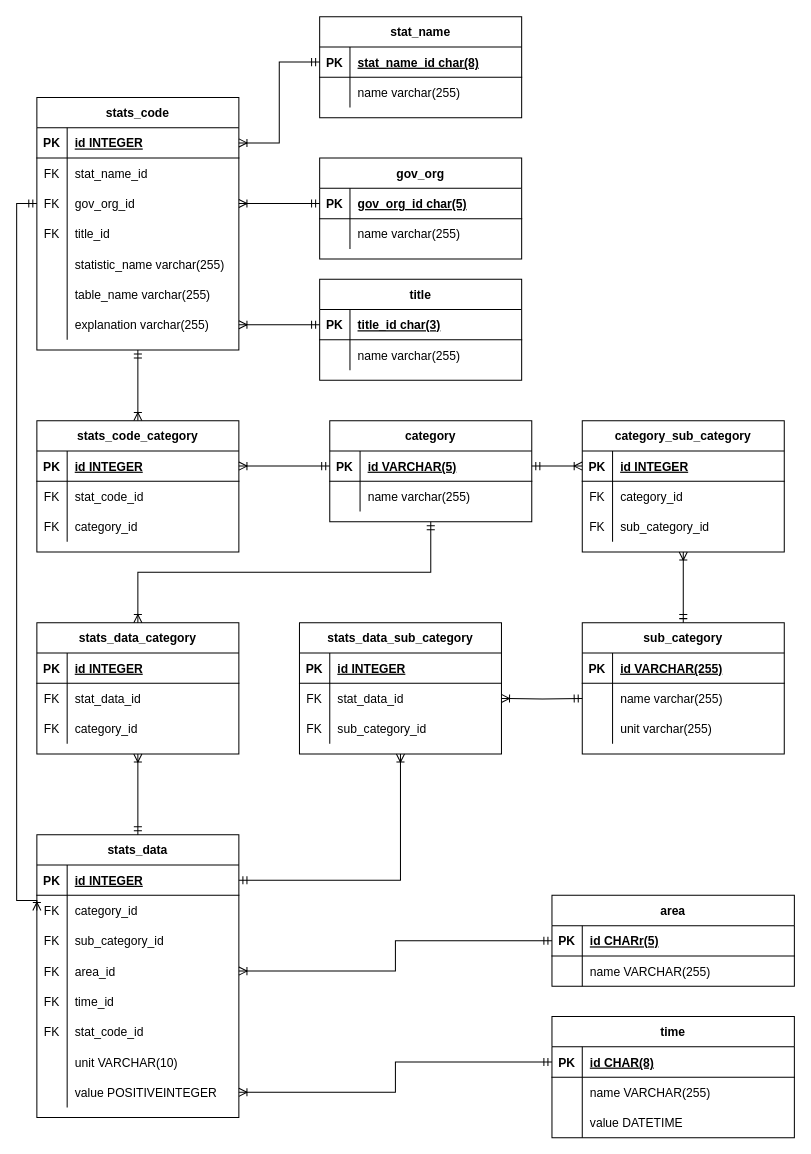
cale-i/random-stat keeps this draw.io diagram as backend/db_er.drawio. Above is the earlier version. Source tidied: cells renumbered, new cells numbered last; positions are measured from the earlier drawing's top-left corner, leaving out a move shared by most shapes. Both pictures are drawn from the tidied source at 101%, with x=0, y=0 at pixel (16, 16).
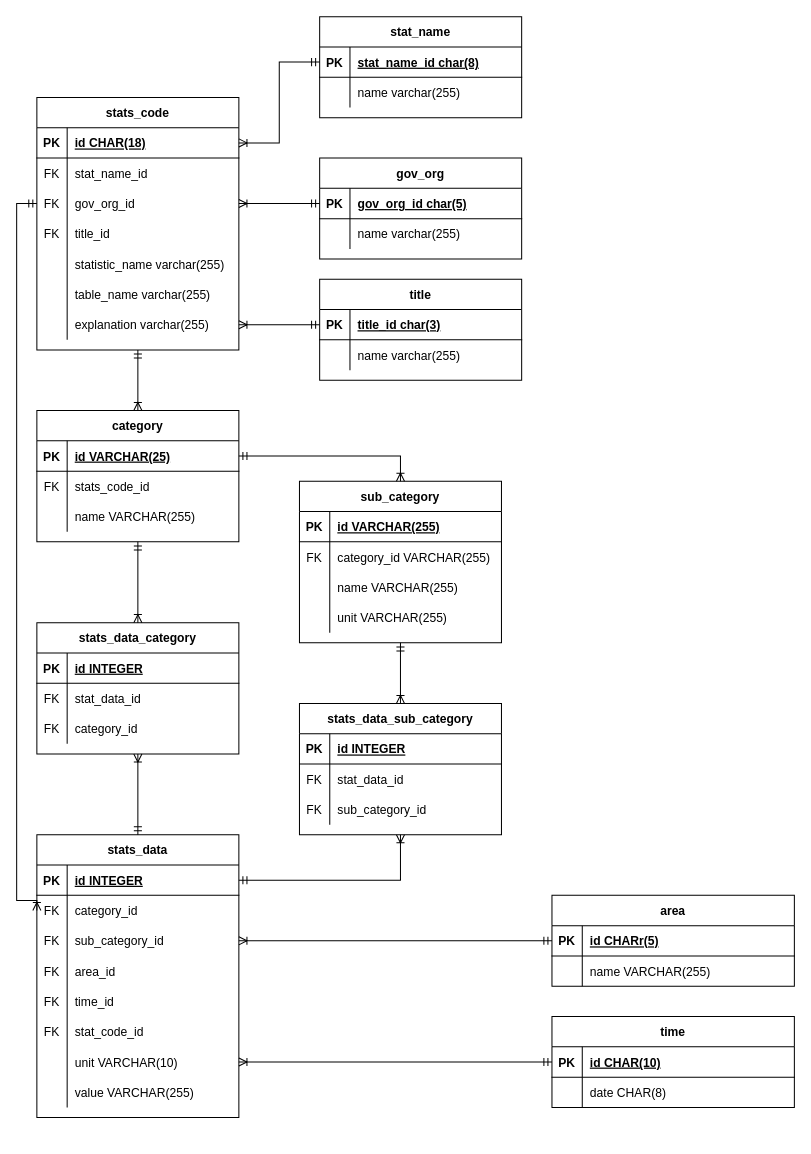
The same diagram, later.

Unchanged cells that the change refers to:
```xml
<mxCell id="23" value="stats_code" style="shape=table;startSize=30;childLayout=tableLayout;rowLines=0;fontStyle=1;align=center;" parent="1" vertex="1">
  <mxGeometry x="20" y="80" width="200" height="250" as="geometry" />
</mxCell>
<mxCell id="24" style="shape=partialRectangle;fillColor=none;top=0;left=0;bottom=1;right=0;points=[[0,0.5],[1,0.5]];portConstraint=eastwest;" parent="23" vertex="1">
  <mxGeometry y="30" width="200" height="30" as="geometry" />
</mxCell>
<mxCell id="52" style="shape=partialRectangle;fillColor=none;top=0;left=0;bottom=0;right=0;points=[[0,0.5],[1,0.5]];portConstraint=eastwest;" parent="45" vertex="1">
  <mxGeometry y="90" width="200" height="30" as="geometry" />
</mxCell>
<mxCell id="55" style="shape=partialRectangle;fillColor=none;top=0;left=0;bottom=0;right=0;points=[[0,0.5],[1,0.5]];portConstraint=eastwest;" parent="45" vertex="1">
  <mxGeometry y="120" width="200" height="30" as="geometry" />
</mxCell>
<mxCell id="64" style="shape=partialRectangle;fillColor=none;top=0;left=0;bottom=0;right=0;points=[[0,0.5],[1,0.5]];portConstraint=eastwest;" parent="45" vertex="1">
  <mxGeometry y="210" width="200" height="30" as="geometry" />
</mxCell>
<mxCell id="67" style="shape=partialRectangle;fillColor=none;top=0;left=0;bottom=0;right=0;points=[[0,0.5],[1,0.5]];portConstraint=eastwest;" parent="45" vertex="1">
  <mxGeometry y="240" width="200" height="30" as="geometry" />
</mxCell>
<mxCell id="71" style="shape=partialRectangle;fillColor=none;top=0;left=0;bottom=1;right=0;points=[[0,0.5],[1,0.5]];portConstraint=eastwest;" parent="70" vertex="1">
  <mxGeometry y="30" width="240" height="30" as="geometry" />
</mxCell>
<mxCell id="78" style="shape=partialRectangle;fillColor=none;top=0;left=0;bottom=1;right=0;points=[[0,0.5],[1,0.5]];portConstraint=eastwest;" parent="77" vertex="1">
  <mxGeometry y="30" width="240" height="30" as="geometry" />
</mxCell>
<mxCell id="91" style="shape=partialRectangle;fillColor=none;top=0;left=0;bottom=0;right=0;points=[[0,0.5],[1,0.5]];portConstraint=eastwest;" parent="87" vertex="1">
  <mxGeometry y="60" width="200" height="30" as="geometry" />
</mxCell>
<mxCell id="123" style="shape=partialRectangle;fillColor=none;top=0;left=0;bottom=1;right=0;points=[[0,0.5],[1,0.5]];portConstraint=eastwest;" parent="122" vertex="1">
  <mxGeometry y="30" width="200" height="30" as="geometry" />
</mxCell>
```

Change to the diagram source:
```diff
@@
-    <mxCell id="26" value="id INTEGER" style="shape=partialRectangle;fillColor=none;top=0;left=0;bottom=0;right=0;align=left;spacingLeft=6;fontStyle=5;overflow=hidden;" parent="24" vertex="1">
+    <mxCell id="26" value="id CHAR(18)" style="shape=partialRectangle;fillColor=none;top=0;left=0;bottom=0;right=0;align=left;spacingLeft=6;fontStyle=5;overflow=hidden;" parent="24" vertex="1">
       <mxGeometry x="30" width="170" height="30" as="geometry" />
     </mxCell>
@@
-    <mxCell id="69" value="value POSITIVEINTEGER" style="shape=partialRectangle;fillColor=none;top=0;left=0;bottom=0;right=0;align=left;spacingLeft=6;overflow=hidden;" parent="67" vertex="1">
+    <mxCell id="69" value="value VARCHAR(255)" style="shape=partialRectangle;fillColor=none;top=0;left=0;bottom=0;right=0;align=left;spacingLeft=6;overflow=hidden;" parent="67" vertex="1">
       <mxGeometry x="30" width="170" height="30" as="geometry" />
     </mxCell>
@@
     <mxCell id="77" value="time" style="shape=table;startSize=30;childLayout=tableLayout;rowLines=0;fontStyle=1;align=center;" parent="1" vertex="1">
-      <mxGeometry x="530" y="990" width="240" height="120" as="geometry" />
+      <mxGeometry x="530" y="990" width="240" height="90" as="geometry" />
     </mxCell>
@@
-    <mxCell id="80" value="id CHAR(8)" style="shape=partialRectangle;fillColor=none;top=0;left=0;bottom=0;right=0;align=left;spacingLeft=6;fontStyle=5;overflow=hidden;" parent="78" vertex="1">
+    <mxCell id="80" value="id CHAR(10)" style="shape=partialRectangle;fillColor=none;top=0;left=0;bottom=0;right=0;align=left;spacingLeft=6;fontStyle=5;overflow=hidden;" parent="78" vertex="1">
       <mxGeometry x="30" width="210" height="30" as="geometry" />
     </mxCell>
-    <mxCell id="81" style="shape=partialRectangle;fillColor=none;top=0;left=0;bottom=0;right=0;" parent="77" vertex="1">
-      <mxGeometry y="60" width="240" height="30" as="geometry" />
-    </mxCell>
-    <mxCell id="82" style="shape=partialRectangle;fillColor=none;top=0;left=0;bottom=0;right=0;overflow=hidden;" parent="81" vertex="1">
-      <mxGeometry width="30" height="30" as="geometry" />
-    </mxCell>
-    <mxCell id="83" value="name VARCHAR(255)" style="shape=partialRectangle;fillColor=none;top=0;left=0;bottom=0;right=0;align=left;spacingLeft=6;overflow=hidden;" parent="81" vertex="1">
-      <mxGeometry x="30" width="210" height="30" as="geometry" />
-    </mxCell>
     <mxCell id="84" style="shape=partialRectangle;fillColor=none;top=0;left=0;bottom=0;right=0;" parent="77" vertex="1">
-      <mxGeometry y="90" width="240" height="30" as="geometry" />
+      <mxGeometry y="60" width="240" height="30" as="geometry" />
     </mxCell>
@@
-    <mxCell id="86" value="value DATETIME" style="shape=partialRectangle;fillColor=none;top=0;left=0;bottom=0;right=0;align=left;spacingLeft=6;overflow=hidden;" parent="84" vertex="1">
+    <mxCell id="86" value="date CHAR(8)" style="shape=partialRectangle;fillColor=none;top=0;left=0;bottom=0;right=0;align=left;spacingLeft=6;overflow=hidden;" parent="84" vertex="1">
       <mxGeometry x="30" width="210" height="30" as="geometry" />
     </mxCell>
     <mxCell id="87" value="sub_category" style="shape=table;startSize=30;childLayout=tableLayout;rowLines=0;fontStyle=1;align=center;" parent="1" vertex="1">
-      <mxGeometry x="560" y="600" width="200" height="130" as="geometry" />
+      <mxGeometry x="280" y="460" width="200" height="160" as="geometry" />
     </mxCell>
@@
-    <mxCell id="92" style="shape=partialRectangle;fillColor=none;top=0;left=0;bottom=0;right=0;overflow=hidden;" parent="91" vertex="1">
+    <mxCell id="92" value="FK" style="shape=partialRectangle;fillColor=none;top=0;left=0;bottom=0;right=0;overflow=hidden;" parent="91" vertex="1">
       <mxGeometry width="30" height="30" as="geometry" />
     </mxCell>
-    <mxCell id="93" value="name varchar(255)" style="shape=partialRectangle;fillColor=none;top=0;left=0;bottom=0;right=0;align=left;spacingLeft=6;overflow=hidden;" parent="91" vertex="1">
+    <mxCell id="93" value="category_id VARCHAR(255)" style="shape=partialRectangle;fillColor=none;top=0;left=0;bottom=0;right=0;align=left;spacingLeft=6;overflow=hidden;" parent="91" vertex="1">
       <mxGeometry x="30" width="170" height="30" as="geometry" />
     </mxCell>
+    <mxCell id="158" style="shape=partialRectangle;fillColor=none;top=0;left=0;bottom=0;right=0;" parent="87" vertex="1">
+      <mxGeometry y="90" width="200" height="30" as="geometry" />
+    </mxCell>
+    <mxCell id="82" style="shape=partialRectangle;fillColor=none;top=0;left=0;bottom=0;right=0;overflow=hidden;" parent="158" vertex="1">
+      <mxGeometry width="30" height="30" as="geometry" />
+    </mxCell>
+    <mxCell id="83" value="name VARCHAR(255)" style="shape=partialRectangle;fillColor=none;top=0;left=0;bottom=0;right=0;align=left;spacingLeft=6;overflow=hidden;" parent="158" vertex="1">
+      <mxGeometry x="30" width="170" height="30" as="geometry" />
+    </mxCell>
     <mxCell id="94" style="shape=partialRectangle;fillColor=none;top=0;left=0;bottom=0;right=0;" parent="87" vertex="1">
-      <mxGeometry y="90" width="200" height="30" as="geometry" />
+      <mxGeometry y="120" width="200" height="30" as="geometry" />
     </mxCell>
@@
-    <mxCell id="96" value="unit varchar(255)" style="shape=partialRectangle;fillColor=none;top=0;left=0;bottom=0;right=0;align=left;spacingLeft=6;overflow=hidden;" parent="94" vertex="1">
+    <mxCell id="96" value="unit VARCHAR(255)" style="shape=partialRectangle;fillColor=none;top=0;left=0;bottom=0;right=0;align=left;spacingLeft=6;overflow=hidden;" parent="94" vertex="1">
       <mxGeometry x="30" width="170" height="30" as="geometry" />
     </mxCell>
-    <mxCell id="97" style="edgeStyle=orthogonalEdgeStyle;rounded=0;jettySize=auto;html=1;exitX=0.5;exitY=1;exitDx=0;exitDy=0;endArrow=ERmandOne;endFill=0;entryX=0.5;entryY=0;entryDx=0;entryDy=0;startArrow=ERoneToMany;startFill=0;" parent="1" edge="1" source="98" target="87">
-      <mxGeometry relative="1" as="geometry" />
-    </mxCell>
-    <mxCell id="98" value="category_sub_category" style="shape=table;startSize=30;childLayout=tableLayout;rowLines=0;fontStyle=1;align=center;" parent="1" vertex="1">
-      <mxGeometry x="560" y="400" width="200" height="130" as="geometry" />
-    </mxCell>
-    <mxCell id="99" style="shape=partialRectangle;fillColor=none;top=0;left=0;bottom=1;right=0;points=[[0,0.5],[1,0.5]];portConstraint=eastwest;" parent="98" vertex="1">
-      <mxGeometry y="30" width="200" height="30" as="geometry" />
-    </mxCell>
-    <mxCell id="100" value="PK" style="shape=partialRectangle;fillColor=none;top=0;left=0;bottom=0;right=0;fontStyle=1;overflow=hidden;" parent="99" vertex="1">
-      <mxGeometry width="30" height="30" as="geometry" />
-    </mxCell>
-    <mxCell id="101" value="id INTEGER" style="shape=partialRectangle;fillColor=none;top=0;left=0;bottom=0;right=0;align=left;spacingLeft=6;fontStyle=5;overflow=hidden;" parent="99" vertex="1">
-      <mxGeometry x="30" width="170" height="30" as="geometry" />
-    </mxCell>
-    <mxCell id="102" style="shape=partialRectangle;fillColor=none;top=0;left=0;bottom=0;right=0;" parent="98" vertex="1">
-      <mxGeometry y="60" width="200" height="30" as="geometry" />
-    </mxCell>
-    <mxCell id="103" value="FK" style="shape=partialRectangle;fillColor=none;top=0;left=0;bottom=0;right=0;overflow=hidden;" parent="102" vertex="1">
-      <mxGeometry width="30" height="30" as="geometry" />
-    </mxCell>
-    <mxCell id="104" value="category_id" style="shape=partialRectangle;fillColor=none;top=0;left=0;bottom=0;right=0;align=left;spacingLeft=6;overflow=hidden;" parent="102" vertex="1">
-      <mxGeometry x="30" width="170" height="30" as="geometry" />
-    </mxCell>
-    <mxCell id="105" style="shape=partialRectangle;fillColor=none;top=0;left=0;bottom=0;right=0;" parent="98" vertex="1">
-      <mxGeometry y="90" width="200" height="30" as="geometry" />
-    </mxCell>
-    <mxCell id="106" value="FK" style="shape=partialRectangle;fillColor=none;top=0;left=0;bottom=0;right=0;overflow=hidden;" parent="105" vertex="1">
-      <mxGeometry width="30" height="30" as="geometry" />
-    </mxCell>
-    <mxCell id="107" value="sub_category_id" style="shape=partialRectangle;fillColor=none;top=0;left=0;bottom=0;right=0;align=left;spacingLeft=6;overflow=hidden;" parent="105" vertex="1">
-      <mxGeometry x="30" width="170" height="30" as="geometry" />
-    </mxCell>
-    <mxCell id="108" style="edgeStyle=orthogonalEdgeStyle;rounded=0;jettySize=auto;html=1;exitX=0.5;exitY=0;exitDx=0;exitDy=0;entryX=0.5;entryY=1;entryDx=0;entryDy=0;startArrow=ERoneToMany;startFill=0;endArrow=ERmandOne;endFill=0;" parent="1" edge="1" source="109" target="23">
+    <mxCell id="108" style="edgeStyle=orthogonalEdgeStyle;rounded=0;jettySize=auto;html=1;exitX=0.5;exitY=0;exitDx=0;exitDy=0;entryX=0.5;entryY=1;entryDx=0;entryDy=0;startArrow=ERoneToMany;startFill=0;endArrow=ERmandOne;endFill=0;" parent="1" edge="1" source="122" target="23">
       <mxGeometry relative="1" as="geometry" />
     </mxCell>
-    <mxCell id="109" value="stats_code_category" style="shape=table;startSize=30;childLayout=tableLayout;rowLines=0;fontStyle=1;align=center;" parent="1" vertex="1">
-      <mxGeometry x="20" y="400" width="200" height="130" as="geometry" />
-    </mxCell>
-    <mxCell id="110" style="shape=partialRectangle;fillColor=none;top=0;left=0;bottom=1;right=0;points=[[0,0.5],[1,0.5]];portConstraint=eastwest;" parent="109" vertex="1">
-      <mxGeometry y="30" width="200" height="30" as="geometry" />
-    </mxCell>
-    <mxCell id="111" value="PK" style="shape=partialRectangle;fillColor=none;top=0;left=0;bottom=0;right=0;fontStyle=1;overflow=hidden;" parent="110" vertex="1">
-      <mxGeometry width="30" height="30" as="geometry" />
-    </mxCell>
-    <mxCell id="112" value="id INTEGER" style="shape=partialRectangle;fillColor=none;top=0;left=0;bottom=0;right=0;align=left;spacingLeft=6;fontStyle=5;overflow=hidden;" parent="110" vertex="1">
-      <mxGeometry x="30" width="170" height="30" as="geometry" />
-    </mxCell>
-    <mxCell id="113" style="shape=partialRectangle;fillColor=none;top=0;left=0;bottom=0;right=0;" parent="109" vertex="1">
-      <mxGeometry y="60" width="200" height="30" as="geometry" />
-    </mxCell>
-    <mxCell id="114" value="FK" style="shape=partialRectangle;fillColor=none;top=0;left=0;bottom=0;right=0;overflow=hidden;" parent="113" vertex="1">
-      <mxGeometry width="30" height="30" as="geometry" />
-    </mxCell>
-    <mxCell id="115" value="stat_code_id" style="shape=partialRectangle;fillColor=none;top=0;left=0;bottom=0;right=0;align=left;spacingLeft=6;overflow=hidden;" parent="113" vertex="1">
-      <mxGeometry x="30" width="170" height="30" as="geometry" />
-    </mxCell>
-    <mxCell id="116" style="shape=partialRectangle;fillColor=none;top=0;left=0;bottom=0;right=0;" parent="109" vertex="1">
-      <mxGeometry y="90" width="200" height="30" as="geometry" />
-    </mxCell>
-    <mxCell id="117" value="FK" style="shape=partialRectangle;fillColor=none;top=0;left=0;bottom=0;right=0;overflow=hidden;" parent="116" vertex="1">
-      <mxGeometry width="30" height="30" as="geometry" />
-    </mxCell>
-    <mxCell id="118" value="category_id" style="shape=partialRectangle;fillColor=none;top=0;left=0;bottom=0;right=0;align=left;spacingLeft=6;overflow=hidden;" parent="116" vertex="1">
-      <mxGeometry x="30" width="170" height="30" as="geometry" />
-    </mxCell>
@@
-    <mxCell id="120" style="edgeStyle=orthogonalEdgeStyle;rounded=0;jettySize=auto;html=1;exitX=1;exitY=0.5;exitDx=0;exitDy=0;entryX=0;entryY=0.5;entryDx=0;entryDy=0;startArrow=ERoneToMany;startFill=0;endArrow=ERmandOne;endFill=0;" parent="1" edge="1" source="55" target="71">
+    <mxCell id="120" style="edgeStyle=orthogonalEdgeStyle;rounded=0;jettySize=auto;html=1;exitX=1;exitY=0.5;exitDx=0;exitDy=0;entryX=0;entryY=0.5;entryDx=0;entryDy=0;startArrow=ERoneToMany;startFill=0;endArrow=ERmandOne;endFill=0;" parent="1" edge="1" source="52" target="71">
       <mxGeometry relative="1" as="geometry" />
     </mxCell>
-    <mxCell id="121" style="edgeStyle=orthogonalEdgeStyle;rounded=0;jettySize=auto;html=1;exitX=1;exitY=0.5;exitDx=0;exitDy=0;entryX=0;entryY=0.5;entryDx=0;entryDy=0;startArrow=ERoneToMany;startFill=0;endArrow=ERmandOne;endFill=0;" parent="1" edge="1" source="67" target="78">
+    <mxCell id="121" style="edgeStyle=orthogonalEdgeStyle;rounded=0;jettySize=auto;html=1;exitX=1;exitY=0.5;exitDx=0;exitDy=0;entryX=0;entryY=0.5;entryDx=0;entryDy=0;startArrow=ERoneToMany;startFill=0;endArrow=ERmandOne;endFill=0;" parent="1" edge="1" source="64" target="78">
       <mxGeometry relative="1" as="geometry" />
     </mxCell>
     <mxCell id="122" value="category" style="shape=table;startSize=30;childLayout=tableLayout;rowLines=0;fontStyle=1;align=center;" parent="1" vertex="1">
-      <mxGeometry x="310" y="400" width="200" height="100" as="geometry" />
+      <mxGeometry x="20" y="390" width="200" height="130" as="geometry" />
     </mxCell>
@@
-    <mxCell id="125" value="id VARCHAR(5)" style="shape=partialRectangle;fillColor=none;top=0;left=0;bottom=0;right=0;align=left;spacingLeft=6;fontStyle=5;overflow=hidden;" parent="123" vertex="1">
+    <mxCell id="125" value="id VARCHAR(25)" style="shape=partialRectangle;fillColor=none;top=0;left=0;bottom=0;right=0;align=left;spacingLeft=6;fontStyle=5;overflow=hidden;" parent="123" vertex="1">
       <mxGeometry x="30" width="170" height="30" as="geometry" />
     </mxCell>
+    <mxCell id="159" style="shape=partialRectangle;fillColor=none;top=0;left=0;bottom=0;right=0;" parent="122" vertex="1">
+      <mxGeometry y="60" width="200" height="30" as="geometry" />
+    </mxCell>
+    <mxCell id="160" value="FK" style="shape=partialRectangle;fillColor=none;top=0;left=0;bottom=0;right=0;overflow=hidden;" parent="159" vertex="1">
+      <mxGeometry width="30" height="30" as="geometry" />
+    </mxCell>
+    <mxCell id="161" value="stats_code_id" style="shape=partialRectangle;fillColor=none;top=0;left=0;bottom=0;right=0;align=left;spacingLeft=6;overflow=hidden;" parent="159" vertex="1">
+      <mxGeometry x="30" width="170" height="30" as="geometry" />
+    </mxCell>
     <mxCell id="126" style="shape=partialRectangle;fillColor=none;top=0;left=0;bottom=0;right=0;" parent="122" vertex="1">
-      <mxGeometry y="60" width="200" height="30" as="geometry" />
+      <mxGeometry y="90" width="200" height="30" as="geometry" />
     </mxCell>
@@
-    <mxCell id="128" value="name varchar(255)" style="shape=partialRectangle;fillColor=none;top=0;left=0;bottom=0;right=0;align=left;spacingLeft=6;overflow=hidden;" parent="126" vertex="1">
+    <mxCell id="128" value="name VARCHAR(255)" style="shape=partialRectangle;fillColor=none;top=0;left=0;bottom=0;right=0;align=left;spacingLeft=6;overflow=hidden;" parent="126" vertex="1">
       <mxGeometry x="30" width="170" height="30" as="geometry" />
     </mxCell>
-    <mxCell id="129" style="edgeStyle=orthogonalEdgeStyle;rounded=0;jettySize=auto;html=1;exitX=0;exitY=0.5;exitDx=0;exitDy=0;entryX=1;entryY=0.5;entryDx=0;entryDy=0;startArrow=ERoneToMany;startFill=0;endArrow=ERmandOne;endFill=0;" parent="1" edge="1" source="99" target="123">
+    <mxCell id="129" style="edgeStyle=orthogonalEdgeStyle;rounded=0;jettySize=auto;html=1;exitX=0.5;exitY=0;exitDx=0;exitDy=0;entryX=1;entryY=0.5;entryDx=0;entryDy=0;startArrow=ERoneToMany;startFill=0;endArrow=ERmandOne;endFill=0;" parent="1" edge="1" source="87" target="123">
       <mxGeometry relative="1" as="geometry" />
     </mxCell>
-    <mxCell id="130" style="edgeStyle=orthogonalEdgeStyle;rounded=0;jettySize=auto;html=1;endArrow=ERmandOne;endFill=0;entryX=0;entryY=0.5;entryDx=0;entryDy=0;startArrow=ERoneToMany;startFill=0;exitX=1;exitY=0.5;exitDx=0;exitDy=0;" parent="1" edge="1" source="110" target="123">
-      <mxGeometry relative="1" as="geometry" />
-    </mxCell>
@@
     <mxCell id="144" value="stats_data_sub_category" style="shape=table;startSize=30;childLayout=tableLayout;rowLines=0;fontStyle=1;align=center;" parent="1" vertex="1">
-      <mxGeometry x="280" y="600" width="200" height="130" as="geometry" />
+      <mxGeometry x="280" y="680" width="200" height="130" as="geometry" />
     </mxCell>
@@
-    <mxCell id="157" style="edgeStyle=orthogonalEdgeStyle;rounded=0;jettySize=auto;html=1;entryX=0;entryY=0.5;entryDx=0;entryDy=0;startArrow=ERoneToMany;startFill=0;endArrow=ERmandOne;endFill=0;" parent="1" edge="1" target="91">
-      <mxGeometry relative="1" as="geometry">
-        <mxPoint x="480" y="675" as="sourcePoint" />
-      </mxGeometry>
+    <mxCell id="157" style="edgeStyle=orthogonalEdgeStyle;rounded=0;jettySize=auto;html=1;entryX=0.5;entryY=1;entryDx=0;entryDy=0;startArrow=ERoneToMany;startFill=0;endArrow=ERmandOne;endFill=0;exitX=0.5;exitY=0;exitDx=0;exitDy=0;" parent="1" edge="1" source="144" target="87">
+      <mxGeometry relative="1" as="geometry" />
     </mxCell>
```
